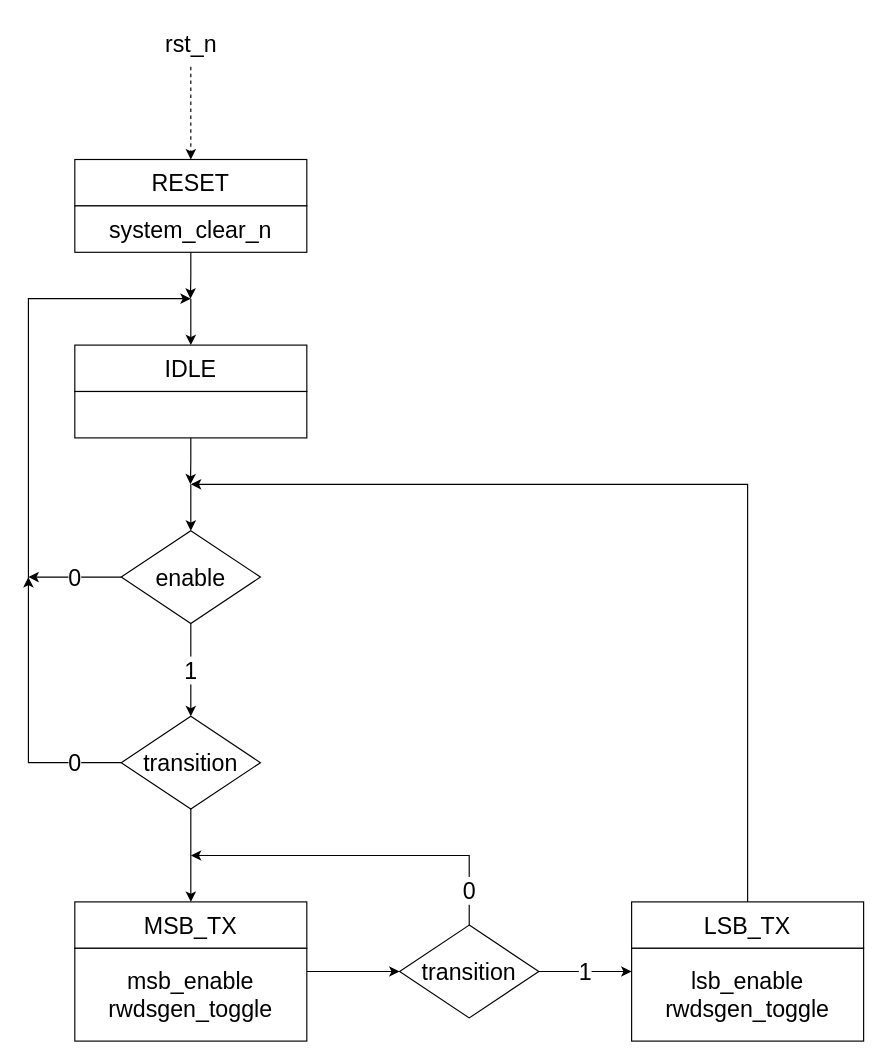
AndreaBononi/Intel_Cyclone10LP_systems keeps this draw.io diagram as page "DDR_to_SDR_converter_CU" (8 of 13) of hyperram_system/ip/avs_hram_converter/schematics/avs_hram_converter.drawio. Above is the earlier version. Source tidied: cells renumbered, new cells numbered last; positions are measured from the earlier drawing's top-left corner, leaving out a move shared by most shapes. Both pictures are drawn from the tidied source at 116%, with x=0, y=0 at pixel (28, 20).
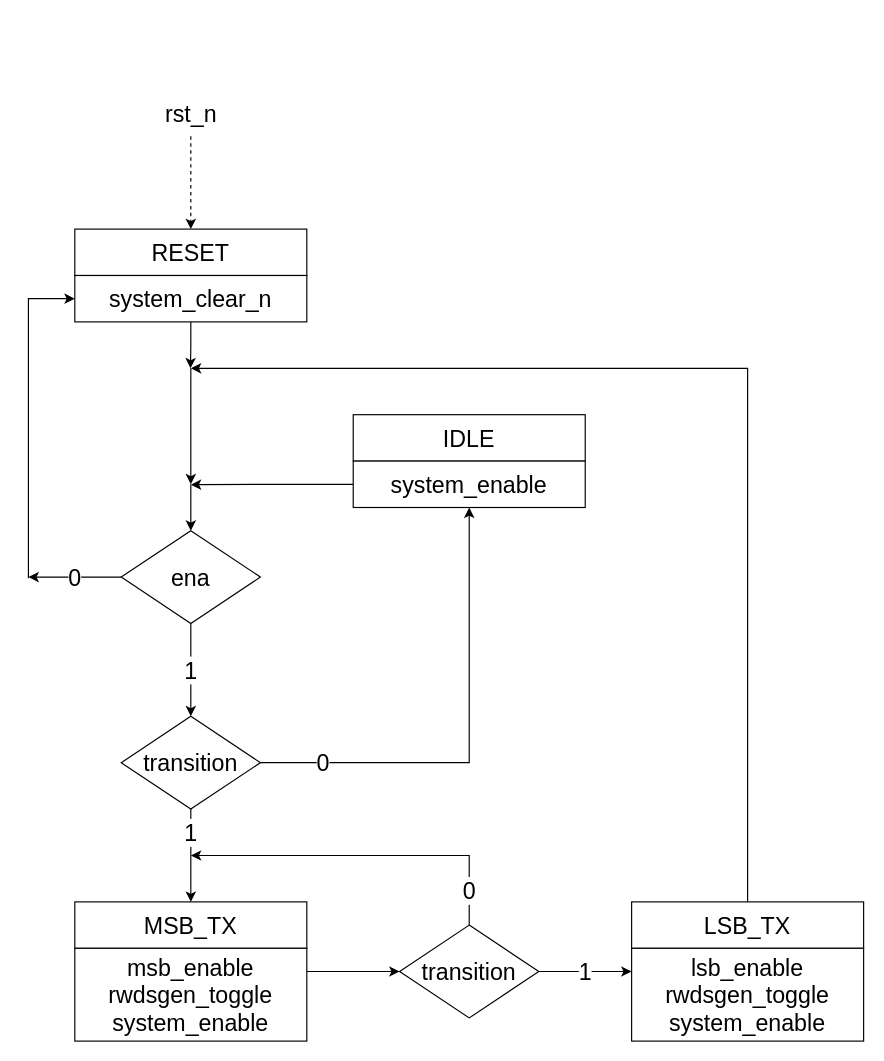
After the change.

Commit message (it also covers changes not shown here):
hyperram system - oversampling pt 2

The change refers to these unchanged cells:
```xml
<mxCell id="18" value="&lt;font style=&quot;font-size: 20px;&quot;&gt;transition&lt;/font&gt;" style="rhombus;whiteSpace=wrap;html=1;" parent="1" vertex="1">
  <mxGeometry x="80" y="600" width="120" height="80" as="geometry" />
</mxCell>
<mxCell id="19" value="&lt;font style=&quot;font-size: 20px;&quot;&gt;MSB_TX&lt;/font&gt;" style="rounded=0;whiteSpace=wrap;html=1;" parent="1" vertex="1">
  <mxGeometry x="40" y="760" width="200" height="40" as="geometry" />
</mxCell>
<mxCell id="26" value="&lt;font style=&quot;font-size: 20px;&quot;&gt;LSB_TX&lt;/font&gt;" style="rounded=0;whiteSpace=wrap;html=1;" parent="1" vertex="1">
  <mxGeometry x="520" y="760" width="200" height="40" as="geometry" />
</mxCell>
```

Diff of the diagram source:
```diff
@@
     <mxCell id="2" style="edgeStyle=orthogonalEdgeStyle;rounded=0;jettySize=auto;html=1;entryX=0.5;entryY=0;entryDx=0;entryDy=0;dashed=1;" parent="1" edge="1" target="4">
       <mxGeometry relative="1" as="geometry">
-        <mxPoint x="140" y="40" as="sourcePoint" />
+        <mxPoint x="140" y="100" as="sourcePoint" />
         <Array as="points">
-          <mxPoint x="140" y="100" />
-          <mxPoint x="140" y="100" />
+          <mxPoint x="140" y="160" />
+          <mxPoint x="140" y="160" />
         </Array>
       </mxGeometry>
     </mxCell>
@@
     <mxCell id="4" value="&lt;font style=&quot;font-size: 20px;&quot;&gt;RESET&lt;/font&gt;" style="rounded=0;whiteSpace=wrap;html=1;" parent="1" vertex="1">
-      <mxGeometry x="40" y="120" width="200" height="40" as="geometry" />
+      <mxGeometry x="40" y="180" width="200" height="40" as="geometry" />
     </mxCell>
-    <mxCell id="5" style="edgeStyle=orthogonalEdgeStyle;rounded=0;jettySize=auto;html=1;entryX=0.5;entryY=0;entryDx=0;entryDy=0;" parent="1" edge="1" target="8">
-      <mxGeometry relative="1" as="geometry">
-        <mxPoint x="140" y="240" as="sourcePoint" />
-        <Array as="points">
-          <mxPoint x="140" y="250" />
-          <mxPoint x="140" y="250" />
-        </Array>
-      </mxGeometry>
-    </mxCell>
     <mxCell id="6" style="edgeStyle=orthogonalEdgeStyle;rounded=0;jettySize=auto;html=1;exitX=0.5;exitY=1;exitDx=0;exitDy=0;" parent="1" edge="1" source="7">
       <mxGeometry relative="1" as="geometry">
-        <mxPoint x="139.7" y="240" as="targetPoint" />
+        <mxPoint x="139.7" y="300" as="targetPoint" />
         <Array as="points">
-          <mxPoint x="140" y="220" />
-          <mxPoint x="140" y="220" />
+          <mxPoint x="140" y="280" />
+          <mxPoint x="140" y="280" />
         </Array>
       </mxGeometry>
     </mxCell>
     <mxCell id="7" value="&lt;font style=&quot;font-size: 20px;&quot;&gt;system_clear_n&lt;/font&gt;" style="rounded=0;whiteSpace=wrap;html=1;" parent="1" vertex="1">
-      <mxGeometry x="40" y="160" width="200" height="40" as="geometry" />
+      <mxGeometry x="40" y="220" width="200" height="40" as="geometry" />
     </mxCell>
     <mxCell id="8" value="&lt;font style=&quot;font-size: 20px;&quot;&gt;IDLE&lt;/font&gt;" style="rounded=0;whiteSpace=wrap;html=1;" parent="1" vertex="1">
-      <mxGeometry x="40" y="280" width="200" height="40" as="geometry" />
+      <mxGeometry x="280" y="340" width="200" height="40" as="geometry" />
     </mxCell>
-    <mxCell id="9" style="edgeStyle=orthogonalEdgeStyle;rounded=0;jettySize=auto;html=1;entryX=0.5;entryY=0;entryDx=0;entryDy=0;" parent="1" edge="1" target="15">
+    <mxCell id="9" style="edgeStyle=orthogonalEdgeStyle;rounded=0;orthogonalLoop=1;jettySize=auto;html=1;" parent="1" edge="1">
       <mxGeometry relative="1" as="geometry">
-        <mxPoint x="140" y="400" as="sourcePoint" />
+        <mxPoint x="140" y="300" as="sourcePoint" />
+        <mxPoint x="140" y="400" as="targetPoint" />
         <Array as="points">
-          <mxPoint x="140" y="420" />
-          <mxPoint x="140" y="420" />
+          <mxPoint x="140" y="320" />
+          <mxPoint x="140" y="320" />
         </Array>
       </mxGeometry>
     </mxCell>
-    <mxCell id="10" style="edgeStyle=orthogonalEdgeStyle;rounded=0;jettySize=auto;html=1;exitX=0.5;exitY=1;exitDx=0;exitDy=0;" parent="1" edge="1" source="11">
-      <mxGeometry relative="1" as="geometry">
-        <mxPoint x="139.7" y="400" as="targetPoint" />
-      </mxGeometry>
-    </mxCell>
+    <mxCell id="29" style="edgeStyle=orthogonalEdgeStyle;rounded=0;jettySize=auto;html=1;exitX=0;exitY=0.5;exitDx=0;exitDy=0;" parent="1" edge="1" source="11">
+      <mxGeometry relative="1" as="geometry">
+        <mxPoint x="140" y="400.3" as="targetPoint" />
+      </mxGeometry>
+    </mxCell>
-    <mxCell id="11" style="rounded=0;whiteSpace=wrap;html=1;" parent="1" vertex="1">
-      <mxGeometry x="40" y="320" width="200" height="40" as="geometry" />
+    <mxCell id="11" value="&lt;font style=&quot;font-size: 20px;&quot;&gt;system_enable&lt;/font&gt;" style="rounded=0;whiteSpace=wrap;html=1;" parent="1" vertex="1">
+      <mxGeometry x="280" y="380" width="200" height="40" as="geometry" />
     </mxCell>
     <mxCell id="12" value="&lt;font style=&quot;font-size: 20px;&quot;&gt;rst_n&lt;/font&gt;" style="text;html=1;align=center;verticalAlign=middle;strokeColor=none;fillColor=none;" parent="1" vertex="1">
-      <mxGeometry x="105" width="70" height="40" as="geometry" />
+      <mxGeometry x="105" y="60" width="70" height="40" as="geometry" />
     </mxCell>
@@
+    <mxCell id="30" style="edgeStyle=orthogonalEdgeStyle;rounded=0;jettySize=auto;html=1;entryX=0.5;entryY=0;entryDx=0;entryDy=0;" parent="1" edge="1" target="15">
+      <mxGeometry relative="1" as="geometry">
+        <mxPoint x="140" y="400" as="sourcePoint" />
+        <Array as="points">
+          <mxPoint x="140" y="400" />
+          <mxPoint x="140" y="400" />
+        </Array>
+      </mxGeometry>
+    </mxCell>
-    <mxCell id="15" value="&lt;font style=&quot;font-size: 20px;&quot;&gt;enable&lt;/font&gt;" style="rhombus;whiteSpace=wrap;html=1;" parent="1" vertex="1">
+    <mxCell id="15" value="&lt;font style=&quot;font-size: 20px;&quot;&gt;ena&lt;/font&gt;" style="rhombus;whiteSpace=wrap;html=1;" parent="1" vertex="1">
       <mxGeometry x="80" y="440" width="120" height="80" as="geometry" />
     </mxCell>
-    <mxCell id="16" value="&lt;font style=&quot;font-size: 20px;&quot;&gt;0&lt;/font&gt;" style="edgeStyle=orthogonalEdgeStyle;rounded=0;jettySize=auto;html=1;exitX=0;exitY=0.5;exitDx=0;exitDy=0;" parent="1" edge="1" source="18">
-      <mxGeometry x="-0.67" relative="1" as="geometry">
-        <mxPoint y="480" as="targetPoint" />
+    <mxCell id="16" value="&lt;font style=&quot;font-size: 20px;&quot;&gt;0&lt;/font&gt;" style="edgeStyle=orthogonalEdgeStyle;rounded=0;jettySize=auto;html=1;exitX=1;exitY=0.5;exitDx=0;exitDy=0;entryX=0.5;entryY=1;entryDx=0;entryDy=0;" parent="1" edge="1" source="18" target="11">
+      <mxGeometry x="-0.73" relative="1" as="geometry">
         <Array as="points">
-          <mxPoint y="640" />
+          <mxPoint x="380" y="640" />
         </Array>
       </mxGeometry>
     </mxCell>
-    <mxCell id="17" style="edgeStyle=orthogonalEdgeStyle;rounded=0;jettySize=auto;html=1;exitX=0.5;exitY=1;exitDx=0;exitDy=0;entryX=0.5;entryY=0;entryDx=0;entryDy=0;" parent="1" edge="1" source="18" target="19">
-      <mxGeometry relative="1" as="geometry" />
+    <mxCell id="17" value="&lt;font style=&quot;font-size: 20px;&quot;&gt;1&lt;/font&gt;" style="edgeStyle=orthogonalEdgeStyle;rounded=0;jettySize=auto;html=1;exitX=0.5;exitY=1;exitDx=0;exitDy=0;entryX=0.5;entryY=0;entryDx=0;entryDy=0;" parent="1" edge="1" source="18" target="19">
+      <mxGeometry x="-0.5" relative="1" as="geometry" />
     </mxCell>
@@
-    <mxCell id="21" value="&lt;div style=&quot;font-size: 20px;&quot;&gt;&lt;font style=&quot;font-size: 20px;&quot;&gt;msb_enable&lt;/font&gt;&lt;/div&gt;&lt;div style=&quot;font-size: 20px;&quot;&gt;&lt;font style=&quot;font-size: 20px;&quot;&gt;rwdsgen_toggle&lt;font style=&quot;font-size: 20px;&quot;&gt;&lt;br&gt;&lt;/font&gt;&lt;/font&gt;&lt;/div&gt;" style="rounded=0;whiteSpace=wrap;html=1;" parent="1" vertex="1">
+    <mxCell id="21" value="&lt;div style=&quot;font-size: 20px;&quot;&gt;&lt;font style=&quot;font-size: 20px;&quot;&gt;msb_enable&lt;/font&gt;&lt;/div&gt;&lt;div style=&quot;font-size: 20px;&quot;&gt;&lt;font style=&quot;font-size: 20px;&quot;&gt;rwdsgen_toggle&lt;font style=&quot;font-size: 20px;&quot;&gt;&lt;br&gt;&lt;/font&gt;&lt;/font&gt;&lt;/div&gt;&lt;div style=&quot;font-size: 20px;&quot;&gt;system_enable&lt;br&gt;&lt;/div&gt;" style="rounded=0;whiteSpace=wrap;html=1;" parent="1" vertex="1">
       <mxGeometry x="40" y="800" width="200" height="80" as="geometry" />
     </mxCell>
@@
     <mxCell id="25" style="edgeStyle=orthogonalEdgeStyle;rounded=0;jettySize=auto;html=1;exitX=0.5;exitY=0;exitDx=0;exitDy=0;" parent="1" edge="1" source="26">
       <mxGeometry relative="1" as="geometry">
-        <mxPoint x="140" y="400" as="targetPoint" />
+        <mxPoint x="140" y="300" as="targetPoint" />
         <Array as="points">
-          <mxPoint x="620" y="400" />
+          <mxPoint x="620" y="300" />
+          <mxPoint x="140" y="300" />
         </Array>
       </mxGeometry>
     </mxCell>
@@
-    <mxCell id="27" value="&lt;div style=&quot;font-size: 20px;&quot;&gt;&lt;font style=&quot;font-size: 20px;&quot;&gt;lsb_enable&lt;/font&gt;&lt;/div&gt;&lt;div style=&quot;font-size: 20px;&quot;&gt;&lt;font style=&quot;font-size: 20px;&quot;&gt;rwdsgen_toggle&lt;font style=&quot;font-size: 20px;&quot;&gt;&lt;br&gt;&lt;/font&gt;&lt;/font&gt;&lt;/div&gt;" style="rounded=0;whiteSpace=wrap;html=1;" parent="1" vertex="1">
+    <mxCell id="27" value="&lt;div style=&quot;font-size: 20px;&quot;&gt;&lt;font style=&quot;font-size: 20px;&quot;&gt;lsb_enable&lt;/font&gt;&lt;/div&gt;&lt;div style=&quot;font-size: 20px;&quot;&gt;&lt;font style=&quot;font-size: 20px;&quot;&gt;rwdsgen_toggle&lt;font style=&quot;font-size: 20px;&quot;&gt;&lt;br&gt;&lt;/font&gt;&lt;/font&gt;&lt;/div&gt;&lt;div&gt;&lt;font style=&quot;font-size: 20px;&quot;&gt;system_enable&lt;/font&gt;&lt;/div&gt;" style="rounded=0;whiteSpace=wrap;html=1;" parent="1" vertex="1">
       <mxGeometry x="520" y="800" width="200" height="80" as="geometry" />
     </mxCell>
-    <mxCell id="28" style="endArrow=classic;html=1;rounded=0;edgeStyle=orthogonalEdgeStyle;" parent="1" edge="1">
+    <mxCell id="28" style="endArrow=classic;html=1;rounded=0;edgeStyle=orthogonalEdgeStyle;entryX=0;entryY=0.5;entryDx=0;entryDy=0;" parent="1" edge="1" target="7">
       <mxGeometry relative="1" as="geometry">
         <mxPoint y="481" as="sourcePoint" />
-        <mxPoint x="140" y="240" as="targetPoint" />
         <Array as="points">
-          <mxPoint y="481" />
-          <mxPoint y="280" />
+          <mxPoint y="240" />
         </Array>
       </mxGeometry>
     </mxCell>
```
